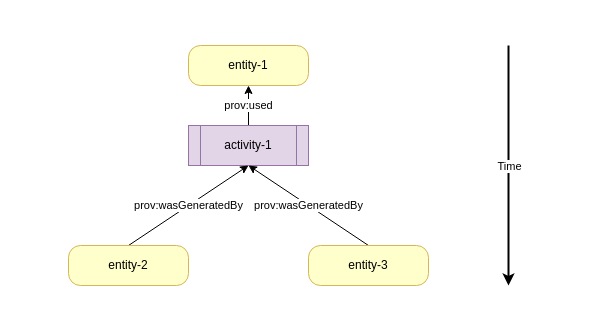
Earlier version of the draw.io diagram img/entities_usage.drawio (swiss/paf-link). Source tidied: cells renumbered, new cells numbered last; positions are measured from the earlier drawing's top-left corner, leaving out a move shared by most shapes. Both pictures are drawn from the tidied source at 100%, with x=0, y=0 at pixel (68, 45).
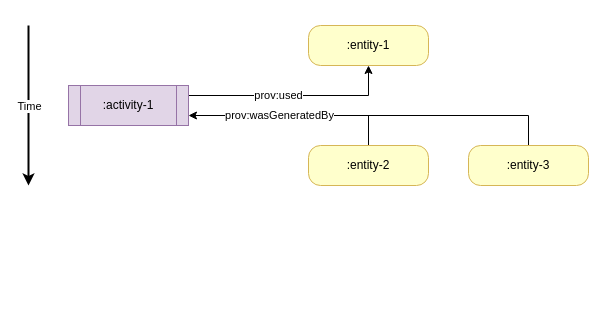
After the change.

Diff of the diagram source:
```diff
@@
 <mxGraphModel>
   <root>
     <mxCell id="0" />
     <mxCell id="1" parent="0" />
-    <mxCell id="2" value="entity-1" style="rounded=1;whiteSpace=wrap;html=1;fillColor=#FFFFCC;strokeColor=#d6b656;arcSize=30;" parent="1" vertex="1">
-      <mxGeometry x="120" width="120" height="40" as="geometry" />
+    <mxCell id="2" value=":entity-1" style="rounded=1;whiteSpace=wrap;html=1;fillColor=#FFFFCC;strokeColor=#d6b656;arcSize=30;" parent="1" vertex="1">
+      <mxGeometry x="240" y="-20" width="120" height="40" as="geometry" />
     </mxCell>
-    <mxCell id="3" value="prov:used" style="edgeStyle=none;html=1;exitX=0.5;exitY=0;exitDx=0;exitDy=0;entryX=0.5;entryY=1;entryDx=0;entryDy=0;" parent="1" edge="1" source="4" target="2">
-      <mxGeometry relative="1" as="geometry" />
+    <mxCell id="3" value="prov:used" style="edgeStyle=orthogonalEdgeStyle;html=1;exitX=1;exitY=0.25;exitDx=0;exitDy=0;entryX=0.5;entryY=1;entryDx=0;entryDy=0;rounded=0;" parent="1" edge="1" source="4" target="2">
+      <mxGeometry x="-0.14" relative="1" as="geometry" />
     </mxCell>
-    <mxCell id="4" value="activity-1" style="shape=process;whiteSpace=wrap;html=1;backgroundOutline=1;fillColor=#e1d5e7;strokeColor=#9673a6;" parent="1" vertex="1">
-      <mxGeometry x="120" y="80" width="120" height="40" as="geometry" />
+    <mxCell id="4" value=":activity-1" style="shape=process;whiteSpace=wrap;html=1;backgroundOutline=1;fillColor=#e1d5e7;strokeColor=#9673a6;" parent="1" vertex="1">
+      <mxGeometry y="40" width="120" height="40" as="geometry" />
     </mxCell>
-    <mxCell id="5" value="prov:wasGeneratedBy" style="edgeStyle=none;html=1;exitX=0.5;exitY=0;exitDx=0;exitDy=0;entryX=0.5;entryY=1;entryDx=0;entryDy=0;" parent="1" edge="1" source="6" target="4">
-      <mxGeometry relative="1" as="geometry" />
-    </mxCell>
+    <mxCell id="11" style="edgeStyle=orthogonalEdgeStyle;rounded=0;html=1;exitX=0.5;exitY=0;exitDx=0;exitDy=0;endArrow=none;endFill=0;" parent="1" edge="1" source="6">
+      <mxGeometry relative="1" as="geometry">
+        <mxPoint x="300" y="70" as="targetPoint" />
+      </mxGeometry>
+    </mxCell>
-    <mxCell id="6" value="entity-2" style="rounded=1;whiteSpace=wrap;html=1;fillColor=#FFFFCC;strokeColor=#d6b656;arcSize=30;" parent="1" vertex="1">
-      <mxGeometry y="200" width="120" height="40" as="geometry" />
+    <mxCell id="6" value=":entity-2" style="rounded=1;whiteSpace=wrap;html=1;fillColor=#FFFFCC;strokeColor=#d6b656;arcSize=30;" parent="1" vertex="1">
+      <mxGeometry x="240" y="100" width="120" height="40" as="geometry" />
     </mxCell>
-    <mxCell id="7" value="prov:wasGeneratedBy" style="edgeStyle=none;html=1;exitX=0.5;exitY=0;exitDx=0;exitDy=0;entryX=0.5;entryY=1;entryDx=0;entryDy=0;" parent="1" edge="1" source="8" target="4">
-      <mxGeometry relative="1" as="geometry" />
+    <mxCell id="7" value="prov:wasGeneratedBy" style="edgeStyle=orthogonalEdgeStyle;html=1;exitX=0.5;exitY=0;exitDx=0;exitDy=0;entryX=1;entryY=0.75;entryDx=0;entryDy=0;rounded=0;" parent="1" edge="1" source="8" target="4">
+      <mxGeometry x="0.51" relative="1" as="geometry" />
     </mxCell>
-    <mxCell id="8" value="entity-3" style="rounded=1;whiteSpace=wrap;html=1;fillColor=#FFFFCC;strokeColor=#d6b656;arcSize=30;" parent="1" vertex="1">
-      <mxGeometry x="240" y="200" width="120" height="40" as="geometry" />
+    <mxCell id="8" value=":entity-3" style="rounded=1;whiteSpace=wrap;html=1;fillColor=#FFFFCC;strokeColor=#d6b656;arcSize=30;" parent="1" vertex="1">
+      <mxGeometry x="400" y="100" width="120" height="40" as="geometry" />
     </mxCell>
     <mxCell id="9" style="endArrow=classic;html=1;strokeWidth=2;" parent="1" edge="1">
       <mxGeometry relative="1" as="geometry">
-        <mxPoint x="440" as="sourcePoint" />
-        <mxPoint x="440" y="240" as="targetPoint" />
+        <mxPoint x="-40" y="-20" as="sourcePoint" />
+        <mxPoint x="-40" y="140" as="targetPoint" />
       </mxGeometry>
     </mxCell>
     <mxCell id="10" value="Time" style="edgeLabel;html=1;align=center;verticalAlign=middle;" parent="9" vertex="1">
       <mxGeometry relative="1" as="geometry" />
     </mxCell>
   </root>
 </mxGraphModel>
```
